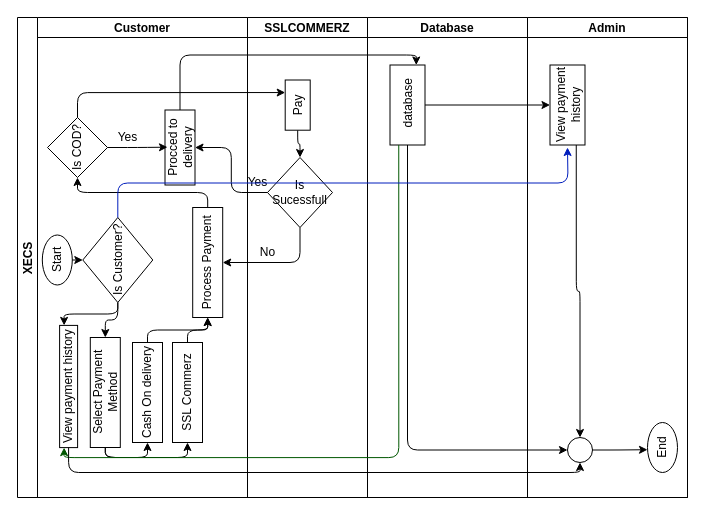
Earlier version of the draw.io diagram Software-Requirement-Specification/Swimlane-Diagrams/Level-1.9.drawio (fiercePanda007/SPL2-EcommerceWebApp). Source tidied: cells renumbered, new cells numbered last; positions are measured from the earlier drawing's top-left corner, leaving out a move shared by most shapes. Both pictures are drawn from the tidied source at 100%, with x=0, y=0 at pixel (7, 17).
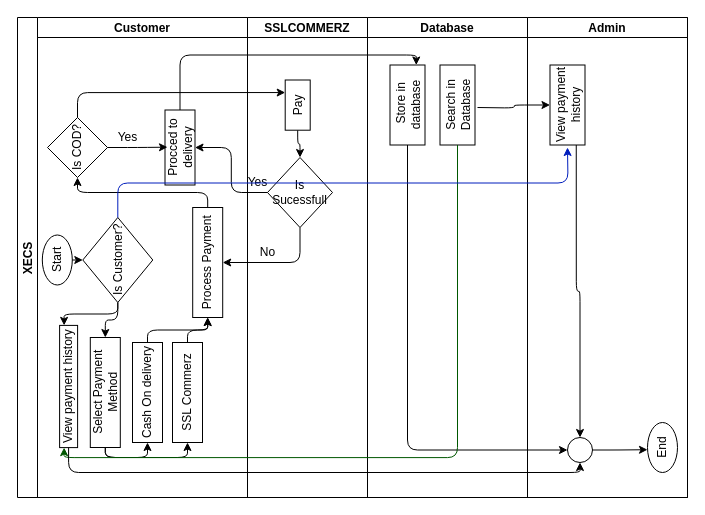
After the change.

Unchanged cells that the change refers to:
```xml
<mxCell id="2" value="XECS" style="swimlane;startSize=20;horizontal=0;" parent="1" vertex="1">
  <mxGeometry x="10" width="670" height="480" as="geometry" />
</mxCell>
<mxCell id="20" value="View payment history" style="rounded=0;whiteSpace=wrap;html=1;rotation=-90;" parent="3" vertex="1">
  <mxGeometry x="-30" y="360" width="122.2" height="18" as="geometry" />
</mxCell>
<mxCell id="31" value="Database" style="swimlane;startSize=20;" parent="2" vertex="1">
  <mxGeometry x="350" width="160" height="480" as="geometry" />
</mxCell>
<mxCell id="35" value="View payment history" style="rounded=0;whiteSpace=wrap;html=1;rotation=-90;" parent="33" vertex="1">
  <mxGeometry y="70" width="80" height="35" as="geometry" />
</mxCell>
```

Diff of the diagram source:
```diff
@@
-    <mxCell id="32" value="&amp;nbsp;database" style="rounded=0;whiteSpace=wrap;html=1;rotation=-90;" parent="31" vertex="1">
+    <mxCell id="32" value="&amp;nbsp;Store in database" style="rounded=0;whiteSpace=wrap;html=1;rotation=-90;" parent="31" vertex="1">
       <mxGeometry y="70" width="80" height="35" as="geometry" />
     </mxCell>
+    <mxCell id="47" value="Search in Database" style="rounded=0;whiteSpace=wrap;html=1;rotation=-90;" parent="31" vertex="1">
+      <mxGeometry x="50" y="70" width="80" height="35" as="geometry" />
+    </mxCell>
@@
-    <mxCell id="39" style="edgeStyle=orthogonalEdgeStyle;html=1;exitX=0.5;exitY=1;exitDx=0;exitDy=0;entryX=0.5;entryY=0;entryDx=0;entryDy=0;" parent="2" edge="1" source="32" target="35">
-      <mxGeometry relative="1" as="geometry" />
+    <mxCell id="39" style="edgeStyle=orthogonalEdgeStyle;html=1;entryX=0.5;entryY=0;entryDx=0;entryDy=0;" parent="2" edge="1" target="35">
+      <mxGeometry relative="1" as="geometry">
+        <mxPoint x="460" y="90" as="sourcePoint" />
+      </mxGeometry>
     </mxCell>
@@
-    <mxCell id="41" style="edgeStyle=orthogonalEdgeStyle;html=1;exitX=0;exitY=0.25;exitDx=0;exitDy=0;entryX=0;entryY=0.25;entryDx=0;entryDy=0;fillColor=#008a00;strokeColor=#005700;" parent="2" edge="1" source="32" target="20">
+    <mxCell id="41" style="edgeStyle=orthogonalEdgeStyle;html=1;exitX=0;exitY=0.5;exitDx=0;exitDy=0;entryX=0;entryY=0.25;entryDx=0;entryDy=0;fillColor=#008a00;strokeColor=#005700;" parent="2" edge="1" source="47" target="20">
       <mxGeometry relative="1" as="geometry" />
     </mxCell>
```
